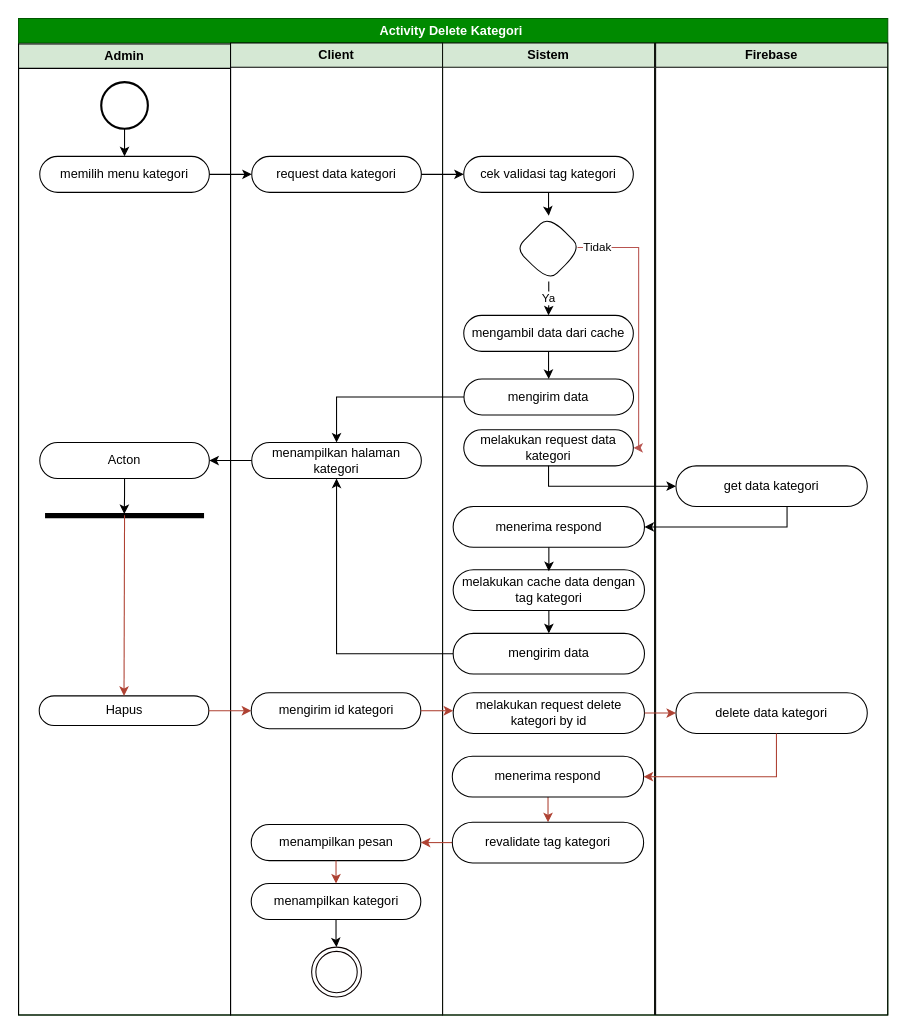
This is page "activity delete kategori" (18 of 43) of skrpsian.drawio from ThikerXCX/umltoko, a draw.io file, before an edit. Source tidied: cells renumbered, new cells numbered last; positions are measured from the earlier drawing's top-left corner, leaving out a move shared by most shapes. Both pictures are drawn from the tidied source at 106%, with x=0, y=0 at pixel (18, 18).
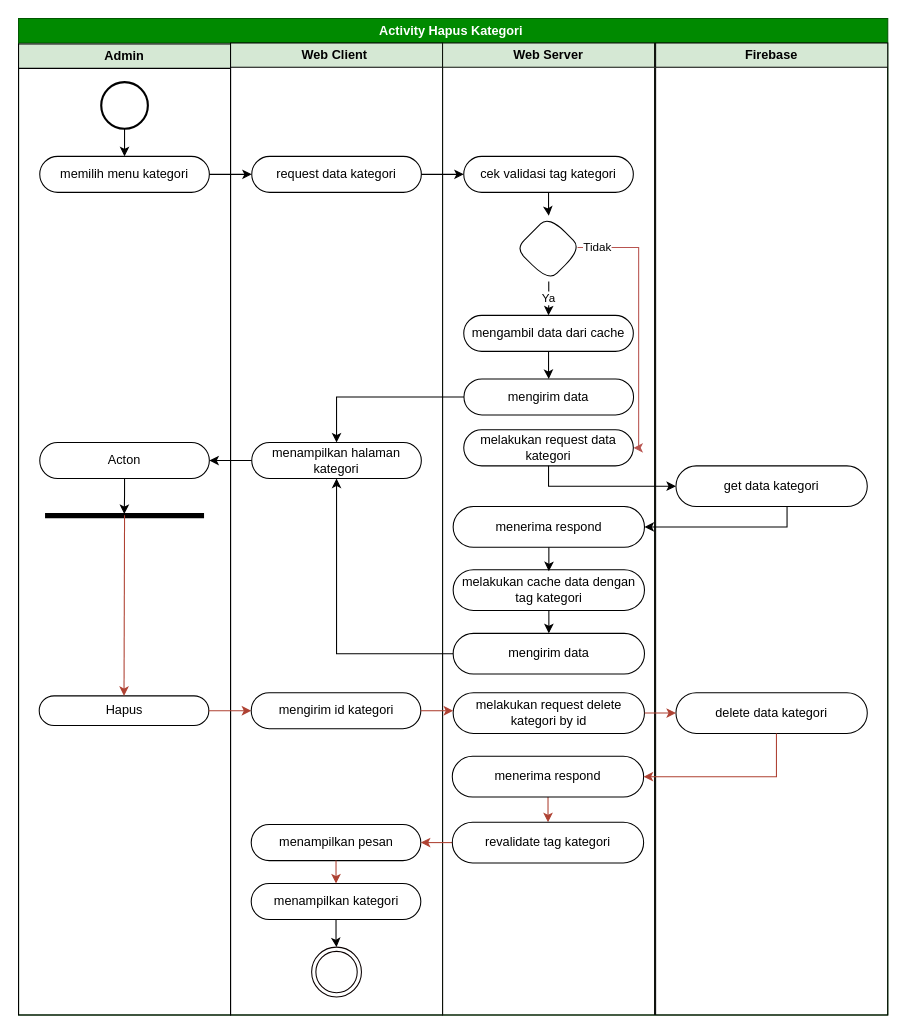
Above is the later version.

Diff of the diagram source:
```diff
@@
-    <mxCell id="2" value="Activity Delete Kategori&amp;nbsp;" style="swimlane;whiteSpace=wrap;html=1;fillColor=#008a00;strokeColor=#005700;fontColor=#ffffff;" parent="1" vertex="1">
+    <mxCell id="2" value="Activity Hapus Kategori&amp;nbsp;" style="swimlane;whiteSpace=wrap;html=1;fillColor=#008a00;strokeColor=#005700;fontColor=#ffffff;" parent="1" vertex="1">
       <mxGeometry width="820" height="940" as="geometry" />
     </mxCell>
@@
-    <mxCell id="10" value="Client" style="swimlane;whiteSpace=wrap;html=1;fillColor=#d5e8d4;startSize=23;strokeColor=#000000;" parent="2" vertex="1">
+    <mxCell id="10" value="Web Client&amp;nbsp;" style="swimlane;whiteSpace=wrap;html=1;fillColor=#d5e8d4;startSize=23;strokeColor=#000000;" parent="2" vertex="1">
       <mxGeometry x="200" y="23" width="200" height="917" as="geometry" />
     </mxCell>
@@
-    <mxCell id="29" value="Sistem" style="swimlane;whiteSpace=wrap;html=1;fillColor=#d5e8d4;startSize=23;strokeColor=#0D120A;" parent="2" vertex="1">
+    <mxCell id="29" value="Web Server" style="swimlane;whiteSpace=wrap;html=1;fillColor=#d5e8d4;startSize=23;strokeColor=#0D120A;" parent="2" vertex="1">
       <mxGeometry x="400" y="23" width="200" height="917" as="geometry" />
     </mxCell>
```
